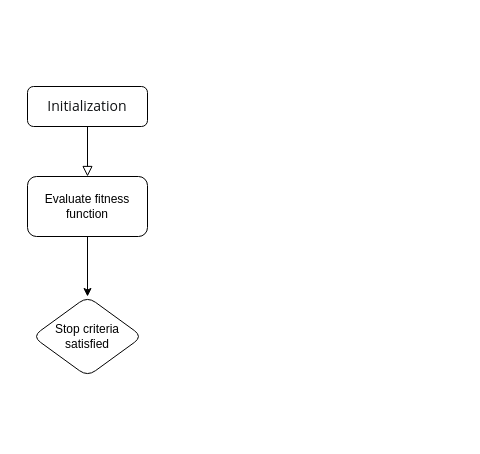
lihuahua123/studyFiles keeps this draw.io diagram as 未命名绘图.drawio. Above is the earlier version. Source tidied: cells renumbered, new cells numbered last; positions are measured from the earlier drawing's top-left corner, leaving out a move shared by most shapes. Both pictures are drawn from the tidied source at 100%, with x=0, y=0 at pixel (27, 86).
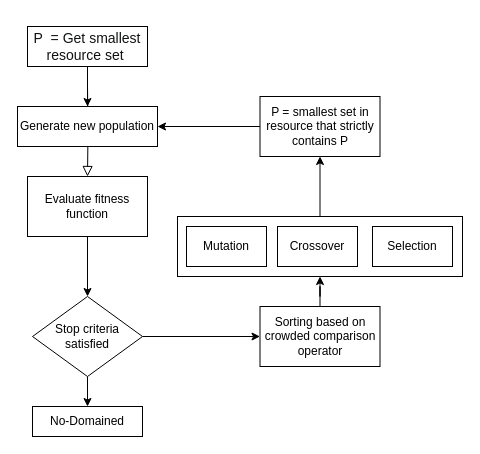
The same diagram, later.

Commit message (it also covers changes not shown here):
更新未命名绘图.drawio

Change to the diagram source:
```diff
@@
-    <mxCell id="2" style="rounded=0;html=1;jettySize=auto;fontSize=11;endArrow=block;endFill=0;endSize=8;strokeWidth=1;shadow=0;labelBackgroundColor=none;edgeStyle=orthogonalEdgeStyle;entryX=0.5;entryY=0;entryDx=0;entryDy=0;" parent="1" edge="1" source="3" target="8">
-      <mxGeometry relative="1" as="geometry" />
+    <mxCell id="2" style="rounded=0;html=1;jettySize=auto;fontSize=11;endArrow=block;endFill=0;endSize=8;strokeWidth=1;shadow=0;labelBackgroundColor=none;edgeStyle=orthogonalEdgeStyle;entryX=0.5;entryY=0;entryDx=0;entryDy=0;" parent="1" edge="1" target="8">
+      <mxGeometry relative="1" as="geometry">
+        <mxPoint x="60" as="sourcePoint" />
+      </mxGeometry>
     </mxCell>
-    <mxCell id="3" value="&lt;span style=&quot;color: rgb(16, 18, 20); font-family: &amp;quot;PingFang SC&amp;quot;, &amp;quot;Segoe UI&amp;quot;, Arial, &amp;quot;Microsoft YaHei&amp;quot;, 微软雅黑, 宋体, &amp;quot;Malgun Gothic&amp;quot;, sans-serif; font-size: 14px; text-align: start; background-color: rgb(255, 255, 255);&quot;&gt;Initialization&lt;/span&gt;" style="rounded=1;whiteSpace=wrap;html=1;fontSize=12;glass=0;strokeWidth=1;shadow=0;" parent="1" vertex="1">
-      <mxGeometry width="120" height="40" as="geometry" />
-    </mxCell>
@@
-    <mxCell id="8" value="Evaluate fitness function" style="rounded=1;whiteSpace=wrap;html=1;" parent="1" vertex="1">
+    <mxCell id="8" value="Evaluate fitness function" style="rounded=0;whiteSpace=wrap;html=1;" parent="1" vertex="1">
       <mxGeometry y="90" width="120" height="60" as="geometry" />
     </mxCell>
+    <mxCell id="10" style="edgeStyle=orthogonalEdgeStyle;rounded=0;jettySize=auto;html=1;" parent="1" edge="1" source="9" target="12">
+      <mxGeometry relative="1" as="geometry" />
+    </mxCell>
+    <mxCell id="11" style="edgeStyle=orthogonalEdgeStyle;rounded=0;jettySize=auto;html=1;" parent="1" edge="1" source="9" target="14">
+      <mxGeometry relative="1" as="geometry" />
+    </mxCell>
-    <mxCell id="9" value="Stop criteria satisfied" style="rhombus;whiteSpace=wrap;html=1;rounded=1;" parent="1" vertex="1">
+    <mxCell id="9" value="Stop criteria satisfied" style="rhombus;whiteSpace=wrap;html=1;rounded=0;" parent="1" vertex="1">
       <mxGeometry x="5" y="210" width="110" height="80" as="geometry" />
     </mxCell>
+    <mxCell id="12" value="No-Domained" style="whiteSpace=wrap;html=1;rounded=0;" parent="1" vertex="1">
+      <mxGeometry x="5" y="320" width="110" height="30" as="geometry" />
+    </mxCell>
+    <mxCell id="13" style="edgeStyle=orthogonalEdgeStyle;rounded=0;jettySize=auto;html=1;entryX=0.5;entryY=1;entryDx=0;entryDy=0;fontFamily=Helvetica;" parent="1" edge="1" source="14" target="16">
+      <mxGeometry relative="1" as="geometry" />
+    </mxCell>
+    <mxCell id="14" value="Sorting based on crowded comparison operator" style="whiteSpace=wrap;html=1;rounded=0;" parent="1" vertex="1">
+      <mxGeometry x="232.5" y="220" width="120" height="60" as="geometry" />
+    </mxCell>
+    <mxCell id="15" style="edgeStyle=orthogonalEdgeStyle;rounded=0;jettySize=auto;html=1;entryX=0.5;entryY=1;entryDx=0;entryDy=0;" parent="1" edge="1" source="16" target="24">
+      <mxGeometry relative="1" as="geometry" />
+    </mxCell>
+    <mxCell id="16" style="whiteSpace=wrap;html=1;rounded=0;" parent="1" vertex="1">
+      <mxGeometry x="150" y="130" width="285" height="60" as="geometry" />
+    </mxCell>
+    <mxCell id="17" value="Mutation" style="rounded=0;whiteSpace=wrap;html=1;" parent="1" vertex="1">
+      <mxGeometry x="159" y="140" width="80" height="40" as="geometry" />
+    </mxCell>
+    <mxCell id="18" value="Crossover" style="rounded=0;whiteSpace=wrap;html=1;" parent="1" vertex="1">
+      <mxGeometry x="250" y="140" width="80" height="40" as="geometry" />
+    </mxCell>
+    <mxCell id="19" value="Selection" style="rounded=0;whiteSpace=wrap;html=1;" parent="1" vertex="1">
+      <mxGeometry x="345" y="140" width="80" height="40" as="geometry" />
+    </mxCell>
+    <mxCell id="20" value="Generate new population" style="whiteSpace=wrap;html=1;rounded=0;" parent="1" vertex="1">
+      <mxGeometry x="-10" y="20" width="140" height="40" as="geometry" />
+    </mxCell>
+    <mxCell id="21" style="edgeStyle=orthogonalEdgeStyle;rounded=0;jettySize=auto;html=1;exitX=0.5;exitY=1;exitDx=0;exitDy=0;entryX=0.5;entryY=0;entryDx=0;entryDy=0;" parent="1" edge="1" source="22" target="20">
+      <mxGeometry relative="1" as="geometry" />
+    </mxCell>
+    <mxCell id="22" value="&lt;p style=&quot;&quot;&gt;&lt;font color=&quot;#101214&quot;&gt;&lt;span style=&quot;font-size: 14px; background-color: rgb(255, 255, 255);&quot;&gt;P&amp;nbsp; = Get smallest resource set&amp;nbsp;&lt;/span&gt;&lt;/font&gt;&lt;/p&gt;" style="rounded=0;whiteSpace=wrap;html=1;fontSize=12;glass=0;strokeWidth=1;shadow=0;align=center;" parent="1" vertex="1">
+      <mxGeometry y="-60" width="120" height="40" as="geometry" />
+    </mxCell>
+    <mxCell id="23" style="edgeStyle=orthogonalEdgeStyle;rounded=0;jettySize=auto;html=1;entryX=1;entryY=0.5;entryDx=0;entryDy=0;" parent="1" edge="1" source="24" target="20">
+      <mxGeometry relative="1" as="geometry" />
+    </mxCell>
+    <mxCell id="24" value="P = smallest set in resource that strictly contains P" style="rounded=0;whiteSpace=wrap;html=1;" parent="1" vertex="1">
+      <mxGeometry x="232.5" y="10" width="120" height="60" as="geometry" />
+    </mxCell>
```
